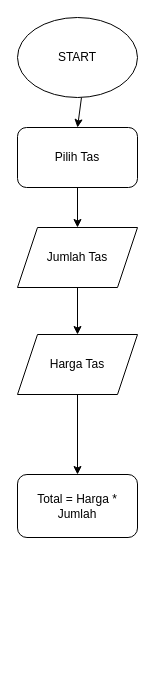
The draw.io diagram flowchart.drawio in ViaSafira/via_safira-kalkulator-_diskon_tas, before the edit. Source tidied: cells renumbered, new cells numbered last; positions are measured from the earlier drawing's top-left corner, leaving out a move shared by most shapes. Both pictures are drawn from the tidied source at 100%, with x=0, y=0 at pixel (17, 17).
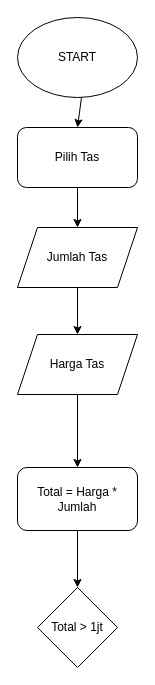
Above is the later version.

Commit message:
inisialisasi pengkondisian

The edit, as a diff of the source:
```diff
@@
 <mxGraphModel>
   <root>
     <mxCell id="0" />
     <mxCell id="1" parent="0" />
     <mxCell id="2" style="edgeStyle=none;html=1;" parent="1" edge="1" source="3" target="5">
       <mxGeometry relative="1" as="geometry" />
     </mxCell>
     <mxCell id="3" value="START" style="ellipse;whiteSpace=wrap;html=1;" parent="1" vertex="1">
       <mxGeometry width="120" height="80" as="geometry" />
     </mxCell>
     <mxCell id="4" style="edgeStyle=none;html=1;" parent="1" edge="1" source="5" target="7">
       <mxGeometry relative="1" as="geometry" />
     </mxCell>
     <mxCell id="5" value="Pilih Tas" style="rounded=1;whiteSpace=wrap;html=1;" parent="1" vertex="1">
       <mxGeometry y="110" width="120" height="60" as="geometry" />
     </mxCell>
     <mxCell id="6" style="edgeStyle=none;html=1;" parent="1" edge="1" source="7" target="9">
       <mxGeometry relative="1" as="geometry" />
     </mxCell>
     <mxCell id="7" value="Jumlah Tas" style="shape=parallelogram;perimeter=parallelogramPerimeter;whiteSpace=wrap;html=1;fixedSize=1;" parent="1" vertex="1">
       <mxGeometry y="210" width="120" height="60" as="geometry" />
     </mxCell>
     <mxCell id="8" style="edgeStyle=none;html=1;" parent="1" edge="1" source="9" target="10">
       <mxGeometry relative="1" as="geometry" />
     </mxCell>
     <mxCell id="9" value="Harga Tas" style="shape=parallelogram;perimeter=parallelogramPerimeter;whiteSpace=wrap;html=1;fixedSize=1;" parent="1" vertex="1">
       <mxGeometry y="317" width="120" height="60" as="geometry" />
     </mxCell>
+    <mxCell id="11" style="edgeStyle=none;html=1;" parent="1" edge="1" source="10" target="12">
+      <mxGeometry relative="1" as="geometry" />
+    </mxCell>
     <mxCell id="10" value="Total = Harga * Jumlah" style="rounded=1;whiteSpace=wrap;html=1;" parent="1" vertex="1">
-      <mxGeometry y="457" width="120" height="63" as="geometry" />
+      <mxGeometry y="450" width="120" height="63" as="geometry" />
     </mxCell>
+    <mxCell id="12" value="&lt;span&gt;Total &amp;gt; 1jt&lt;br&gt;&lt;/span&gt;" style="rhombus;whiteSpace=wrap;html=1;" parent="1" vertex="1">
+      <mxGeometry x="20" y="570" width="80" height="80" as="geometry" />
+    </mxCell>
   </root>
 </mxGraphModel>
```
